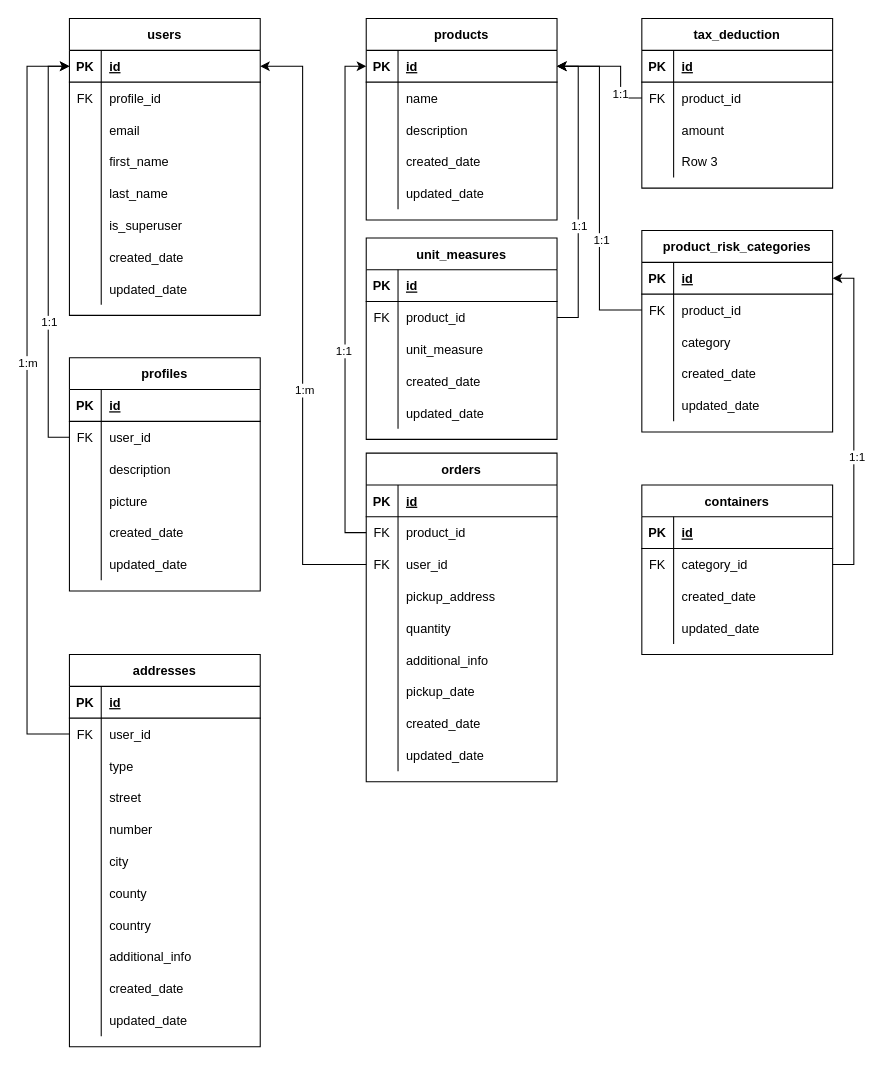
The draw.io diagram Untitled Diagram.drawio in PixLix1/donations_point, before the edit. Source tidied: cells renumbered, new cells numbered last; positions are measured from the earlier drawing's top-left corner, leaving out a move shared by most shapes. Both pictures are drawn from the tidied source at 106%, with x=0, y=0 at pixel (26, 18).
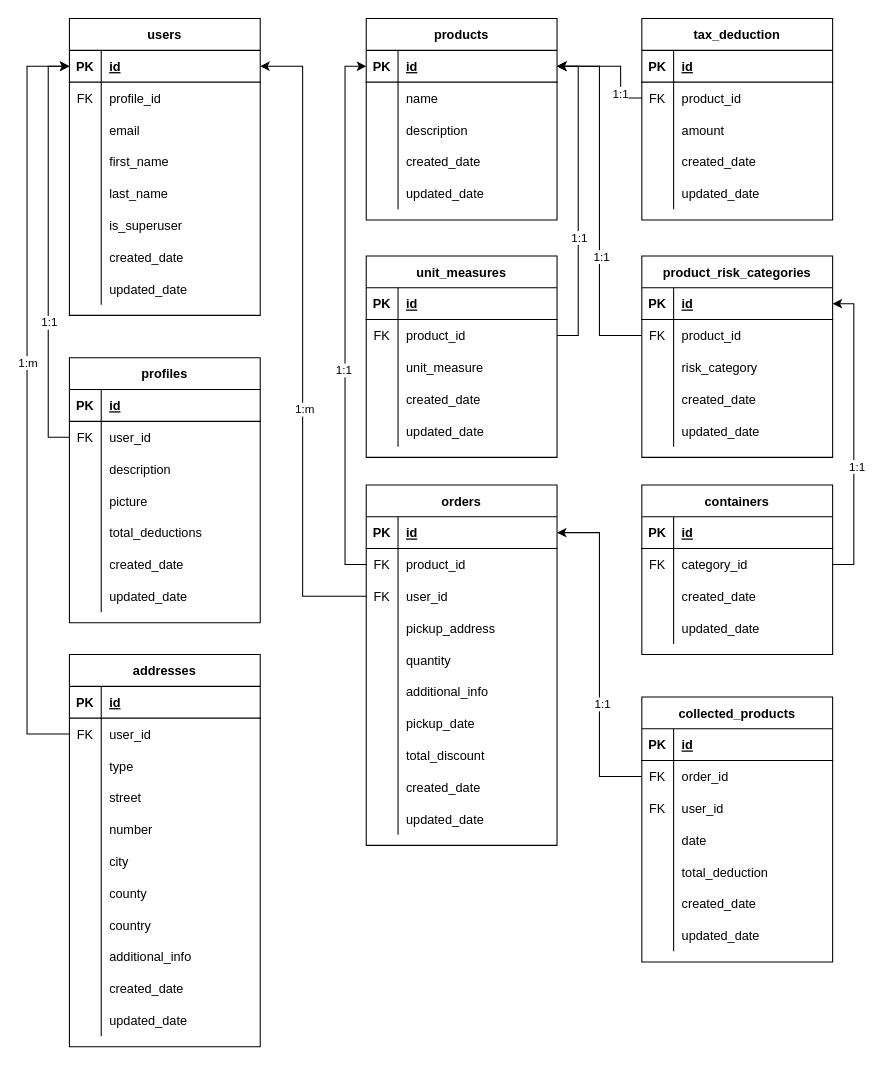
The same page after the edit.

The change refers to these unchanged cells:
```xml
<mxCell id="3" style="shape=partialRectangle;fillColor=none;top=0;left=0;bottom=1;right=0;points=[[0,0.5],[1,0.5]];portConstraint=eastwest;" parent="2" vertex="1">
  <mxGeometry y="30" width="180" height="30" as="geometry" />
</mxCell>
<mxCell id="28" style="shape=partialRectangle;fillColor=none;top=0;left=0;bottom=1;right=0;points=[[0,0.5],[1,0.5]];portConstraint=eastwest;" parent="27" vertex="1">
  <mxGeometry y="30" width="180" height="30" as="geometry" />
</mxCell>
<mxCell id="87" style="shape=partialRectangle;fillColor=none;top=0;left=0;bottom=0;right=0;" parent="77" vertex="1">
  <mxGeometry y="120" width="180" height="30" as="geometry" />
</mxCell>
<mxCell id="91" style="shape=partialRectangle;fillColor=none;top=0;left=0;bottom=1;right=0;points=[[0,0.5],[1,0.5]];portConstraint=eastwest;" parent="90" vertex="1">
  <mxGeometry y="30" width="180" height="30" as="geometry" />
</mxCell>
<mxCell id="97" style="shape=partialRectangle;fillColor=none;top=0;left=0;bottom=0;right=0;points=[[0,0.5],[1,0.5]];portConstraint=eastwest;" parent="90" vertex="1">
  <mxGeometry y="90" width="180" height="30" as="geometry" />
</mxCell>
<mxCell id="122" style="shape=partialRectangle;fillColor=none;top=0;left=0;bottom=0;right=0;points=[[0,0.5],[1,0.5]];portConstraint=eastwest;" parent="118" vertex="1">
  <mxGeometry y="60" width="180" height="30" as="geometry" />
</mxCell>
<mxCell id="125" style="shape=partialRectangle;fillColor=none;top=0;left=0;bottom=0;right=0;" parent="118" vertex="1">
  <mxGeometry y="90" width="180" height="30" as="geometry" />
</mxCell>
```

Change to the diagram source:
```diff
@@
     <mxCell id="77" value="tax_deduction" style="shape=table;startSize=30;childLayout=tableLayout;rowLines=0;fontStyle=1;align=center;" parent="1" vertex="1">
-      <mxGeometry x="580" width="180" height="160" as="geometry" />
+      <mxGeometry x="580" width="180" height="190" as="geometry" />
     </mxCell>
@@
-    <mxCell id="89" value="Row 3" style="shape=partialRectangle;fillColor=none;top=0;left=0;bottom=0;right=0;align=left;spacingLeft=6;overflow=hidden;" parent="87" vertex="1">
+    <mxCell id="89" value="created_date" style="shape=partialRectangle;fillColor=none;top=0;left=0;bottom=0;right=0;align=left;spacingLeft=6;overflow=hidden;" parent="87" vertex="1">
       <mxGeometry x="30" width="150" height="30" as="geometry" />
     </mxCell>
+    <mxCell id="198" style="shape=partialRectangle;fillColor=none;top=0;left=0;bottom=0;right=0;" parent="77" vertex="1">
+      <mxGeometry y="150" width="180" height="30" as="geometry" />
+    </mxCell>
+    <mxCell id="199" style="shape=partialRectangle;fillColor=none;top=0;left=0;bottom=0;right=0;overflow=hidden;" parent="198" vertex="1">
+      <mxGeometry width="30" height="30" as="geometry" />
+    </mxCell>
+    <mxCell id="200" value="updated_date" style="shape=partialRectangle;fillColor=none;top=0;left=0;bottom=0;right=0;align=left;spacingLeft=6;overflow=hidden;" parent="198" vertex="1">
+      <mxGeometry x="30" width="150" height="30" as="geometry" />
+    </mxCell>
     <mxCell id="90" value="orders" style="shape=table;startSize=30;childLayout=tableLayout;rowLines=0;fontStyle=1;align=center;" parent="1" vertex="1">
-      <mxGeometry x="320" y="410" width="180" height="310" as="geometry" />
+      <mxGeometry x="320" y="440" width="180" height="340" as="geometry" />
     </mxCell>
@@
+    <mxCell id="201" style="shape=partialRectangle;fillColor=none;top=0;left=0;bottom=0;right=0;" parent="90" vertex="1">
+      <mxGeometry y="240" width="180" height="30" as="geometry" />
+    </mxCell>
+    <mxCell id="202" style="shape=partialRectangle;fillColor=none;top=0;left=0;bottom=0;right=0;overflow=hidden;" parent="201" vertex="1">
+      <mxGeometry width="30" height="30" as="geometry" />
+    </mxCell>
+    <mxCell id="203" value="total_discount" style="shape=partialRectangle;fillColor=none;top=0;left=0;bottom=0;right=0;align=left;spacingLeft=6;overflow=hidden;" parent="201" vertex="1">
+      <mxGeometry x="30" width="150" height="30" as="geometry" />
+    </mxCell>
     <mxCell id="112" style="shape=partialRectangle;fillColor=none;top=0;left=0;bottom=0;right=0;" parent="90" vertex="1">
-      <mxGeometry y="240" width="180" height="30" as="geometry" />
+      <mxGeometry y="270" width="180" height="30" as="geometry" />
     </mxCell>
@@
     <mxCell id="115" style="shape=partialRectangle;fillColor=none;top=0;left=0;bottom=0;right=0;" parent="90" vertex="1">
-      <mxGeometry y="270" width="180" height="30" as="geometry" />
+      <mxGeometry y="300" width="180" height="30" as="geometry" />
     </mxCell>
@@
     <mxCell id="118" value="product_risk_categories" style="shape=table;startSize=30;childLayout=tableLayout;rowLines=0;fontStyle=1;align=center;" parent="1" vertex="1">
-      <mxGeometry x="580" y="200" width="180" height="190" as="geometry" />
+      <mxGeometry x="580" y="224" width="180" height="190" as="geometry" />
     </mxCell>
@@
-    <mxCell id="127" value="category" style="shape=partialRectangle;fillColor=none;top=0;left=0;bottom=0;right=0;align=left;spacingLeft=6;overflow=hidden;" parent="125" vertex="1">
+    <mxCell id="127" value="risk_category" style="shape=partialRectangle;fillColor=none;top=0;left=0;bottom=0;right=0;align=left;spacingLeft=6;overflow=hidden;" parent="125" vertex="1">
       <mxGeometry x="30" width="150" height="30" as="geometry" />
     </mxCell>
@@
     <mxCell id="136" style="edgeStyle=orthogonalEdgeStyle;rounded=0;jettySize=auto;html=1;exitX=0;exitY=0.5;exitDx=0;exitDy=0;entryX=1;entryY=0.5;entryDx=0;entryDy=0;" parent="1" edge="1" source="97" target="3">
       <mxGeometry relative="1" as="geometry">
         <Array as="points">
-          <mxPoint x="260" y="515" />
+          <mxPoint x="260" y="545" />
           <mxPoint x="260" y="45" />
         </Array>
       </mxGeometry>
     </mxCell>
@@
     <mxCell id="138" style="edgeStyle=orthogonalEdgeStyle;rounded=0;jettySize=auto;html=1;exitX=0;exitY=0.5;exitDx=0;exitDy=0;entryX=1;entryY=0.5;entryDx=0;entryDy=0;" parent="1" edge="1" source="122" target="28">
       <mxGeometry relative="1" as="geometry">
         <Array as="points">
-          <mxPoint x="540" y="275" />
+          <mxPoint x="540" y="299" />
           <mxPoint x="540" y="45" />
         </Array>
       </mxGeometry>
     </mxCell>
@@
     <mxCell id="140" value="profiles" style="shape=table;startSize=30;childLayout=tableLayout;rowLines=0;fontStyle=1;align=center;" parent="1" vertex="1">
-      <mxGeometry x="40" y="320" width="180" height="220" as="geometry" />
+      <mxGeometry x="40" y="320" width="180" height="250" as="geometry" />
     </mxCell>
@@
+    <mxCell id="204" style="shape=partialRectangle;fillColor=none;top=0;left=0;bottom=0;right=0;" parent="140" vertex="1">
+      <mxGeometry y="150" width="180" height="30" as="geometry" />
+    </mxCell>
+    <mxCell id="205" style="shape=partialRectangle;fillColor=none;top=0;left=0;bottom=0;right=0;overflow=hidden;" parent="204" vertex="1">
+      <mxGeometry width="30" height="30" as="geometry" />
+    </mxCell>
+    <mxCell id="206" value="total_deductions" style="shape=partialRectangle;fillColor=none;top=0;left=0;bottom=0;right=0;align=left;spacingLeft=6;overflow=hidden;" parent="204" vertex="1">
+      <mxGeometry x="30" width="150" height="30" as="geometry" />
+    </mxCell>
     <mxCell id="153" style="shape=partialRectangle;fillColor=none;top=0;left=0;bottom=0;right=0;" parent="140" vertex="1">
-      <mxGeometry y="150" width="180" height="30" as="geometry" />
+      <mxGeometry y="180" width="180" height="30" as="geometry" />
     </mxCell>
@@
     <mxCell id="156" style="shape=partialRectangle;fillColor=none;top=0;left=0;bottom=0;right=0;" parent="140" vertex="1">
-      <mxGeometry y="180" width="180" height="30" as="geometry" />
+      <mxGeometry y="210" width="180" height="30" as="geometry" />
     </mxCell>
@@
     <mxCell id="180" value="unit_measures" style="shape=table;startSize=30;childLayout=tableLayout;rowLines=0;fontStyle=1;align=center;" parent="1" vertex="1">
-      <mxGeometry x="320" y="207" width="180" height="190" as="geometry" />
+      <mxGeometry x="320" y="224" width="180" height="190" as="geometry" />
     </mxCell>
@@
+    <mxCell id="207" value="collected_products" style="shape=table;startSize=30;childLayout=tableLayout;rowLines=0;fontStyle=1;align=center;" parent="1" vertex="1">
+      <mxGeometry x="580" y="640" width="180" height="250" as="geometry" />
+    </mxCell>
+    <mxCell id="208" style="shape=partialRectangle;fillColor=none;top=0;left=0;bottom=1;right=0;" parent="207" vertex="1">
+      <mxGeometry y="30" width="180" height="30" as="geometry" />
+    </mxCell>
+    <mxCell id="209" value="PK" style="shape=partialRectangle;fillColor=none;top=0;left=0;bottom=0;right=0;fontStyle=1;overflow=hidden;" parent="208" vertex="1">
+      <mxGeometry width="30" height="30" as="geometry" />
+    </mxCell>
+    <mxCell id="210" value="id" style="shape=partialRectangle;fillColor=none;top=0;left=0;bottom=0;right=0;align=left;spacingLeft=6;fontStyle=5;overflow=hidden;" parent="208" vertex="1">
+      <mxGeometry x="30" width="150" height="30" as="geometry" />
+    </mxCell>
+    <mxCell id="211" style="shape=partialRectangle;fillColor=none;top=0;left=0;bottom=0;right=0;points=[[0,0.5],[1,0.5]];portConstraint=eastwest;" parent="207" vertex="1">
+      <mxGeometry y="60" width="180" height="30" as="geometry" />
+    </mxCell>
+    <mxCell id="212" value="FK" style="shape=partialRectangle;fillColor=none;top=0;left=0;bottom=0;right=0;overflow=hidden;" parent="211" vertex="1">
+      <mxGeometry width="30" height="30" as="geometry" />
+    </mxCell>
+    <mxCell id="213" value="order_id" style="shape=partialRectangle;fillColor=none;top=0;left=0;bottom=0;right=0;align=left;spacingLeft=6;overflow=hidden;" parent="211" vertex="1">
+      <mxGeometry x="30" width="150" height="30" as="geometry" />
+    </mxCell>
+    <mxCell id="214" style="shape=partialRectangle;fillColor=none;top=0;left=0;bottom=0;right=0;" parent="207" vertex="1">
+      <mxGeometry y="90" width="180" height="30" as="geometry" />
+    </mxCell>
+    <mxCell id="215" value="FK" style="shape=partialRectangle;fillColor=none;top=0;left=0;bottom=0;right=0;overflow=hidden;" parent="214" vertex="1">
+      <mxGeometry width="30" height="30" as="geometry" />
+    </mxCell>
+    <mxCell id="216" value="user_id" style="shape=partialRectangle;fillColor=none;top=0;left=0;bottom=0;right=0;align=left;spacingLeft=6;overflow=hidden;" parent="214" vertex="1">
+      <mxGeometry x="30" width="150" height="30" as="geometry" />
+    </mxCell>
+    <mxCell id="217" style="shape=partialRectangle;fillColor=none;top=0;left=0;bottom=0;right=0;" parent="207" vertex="1">
+      <mxGeometry y="120" width="180" height="30" as="geometry" />
+    </mxCell>
+    <mxCell id="218" style="shape=partialRectangle;fillColor=none;top=0;left=0;bottom=0;right=0;overflow=hidden;" parent="217" vertex="1">
+      <mxGeometry width="30" height="30" as="geometry" />
+    </mxCell>
+    <mxCell id="219" value="date" style="shape=partialRectangle;fillColor=none;top=0;left=0;bottom=0;right=0;align=left;spacingLeft=6;overflow=hidden;" parent="217" vertex="1">
+      <mxGeometry x="30" width="150" height="30" as="geometry" />
+    </mxCell>
+    <mxCell id="220" style="shape=partialRectangle;fillColor=none;top=0;left=0;bottom=0;right=0;" parent="207" vertex="1">
+      <mxGeometry y="150" width="180" height="30" as="geometry" />
+    </mxCell>
+    <mxCell id="221" style="shape=partialRectangle;fillColor=none;top=0;left=0;bottom=0;right=0;overflow=hidden;" parent="220" vertex="1">
+      <mxGeometry width="30" height="30" as="geometry" />
+    </mxCell>
+    <mxCell id="222" value="total_deduction" style="shape=partialRectangle;fillColor=none;top=0;left=0;bottom=0;right=0;align=left;spacingLeft=6;overflow=hidden;" parent="220" vertex="1">
+      <mxGeometry x="30" width="150" height="30" as="geometry" />
+    </mxCell>
+    <mxCell id="223" style="shape=partialRectangle;fillColor=none;top=0;left=0;bottom=0;right=0;" parent="207" vertex="1">
+      <mxGeometry y="180" width="180" height="30" as="geometry" />
+    </mxCell>
+    <mxCell id="224" style="shape=partialRectangle;fillColor=none;top=0;left=0;bottom=0;right=0;overflow=hidden;" parent="223" vertex="1">
+      <mxGeometry width="30" height="30" as="geometry" />
+    </mxCell>
+    <mxCell id="225" value="created_date" style="shape=partialRectangle;fillColor=none;top=0;left=0;bottom=0;right=0;align=left;spacingLeft=6;overflow=hidden;" parent="223" vertex="1">
+      <mxGeometry x="30" width="150" height="30" as="geometry" />
+    </mxCell>
+    <mxCell id="226" style="shape=partialRectangle;fillColor=none;top=0;left=0;bottom=0;right=0;" parent="207" vertex="1">
+      <mxGeometry y="210" width="180" height="30" as="geometry" />
+    </mxCell>
+    <mxCell id="227" style="shape=partialRectangle;fillColor=none;top=0;left=0;bottom=0;right=0;overflow=hidden;" parent="226" vertex="1">
+      <mxGeometry width="30" height="30" as="geometry" />
+    </mxCell>
+    <mxCell id="228" value="updated_date" style="shape=partialRectangle;fillColor=none;top=0;left=0;bottom=0;right=0;align=left;spacingLeft=6;overflow=hidden;" parent="226" vertex="1">
+      <mxGeometry x="30" width="150" height="30" as="geometry" />
+    </mxCell>
+    <mxCell id="229" style="edgeStyle=orthogonalEdgeStyle;rounded=0;jettySize=auto;html=1;exitX=0;exitY=0.5;exitDx=0;exitDy=0;entryX=1;entryY=0.5;entryDx=0;entryDy=0;" parent="1" edge="1" source="211" target="91">
+      <mxGeometry relative="1" as="geometry" />
+    </mxCell>
+    <mxCell id="230" value="1:1" style="edgeLabel;html=1;align=center;verticalAlign=middle;" parent="229" vertex="1">
+      <mxGeometry x="-0.3" y="-2" relative="1" as="geometry" />
+    </mxCell>
```
